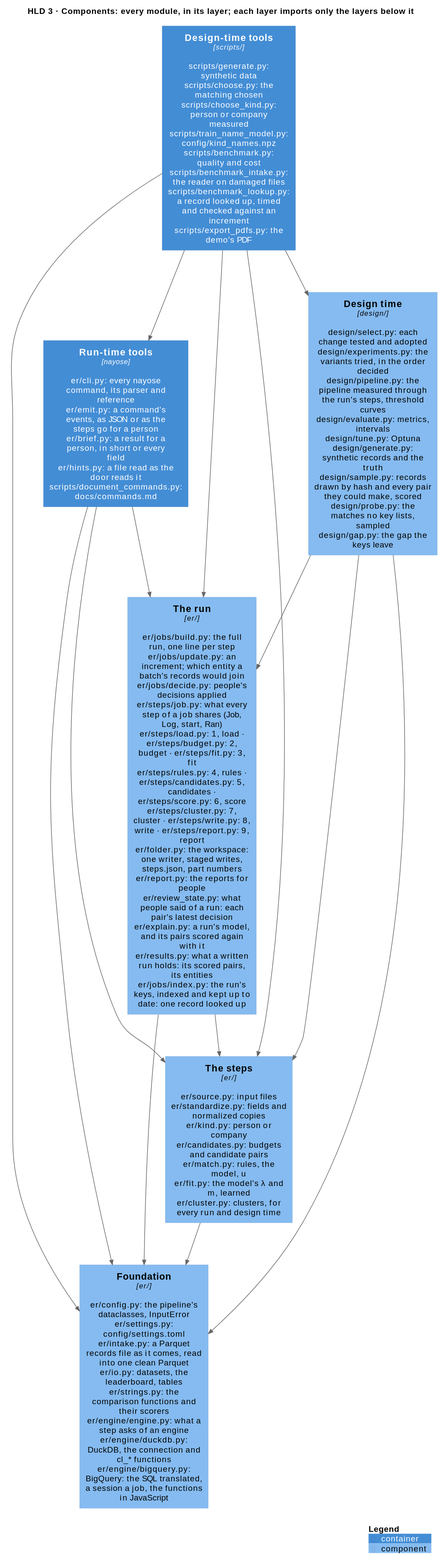
Earlier version of the PlantUML export docs/diagrams/components.svg (mvsbm/entity_matching).
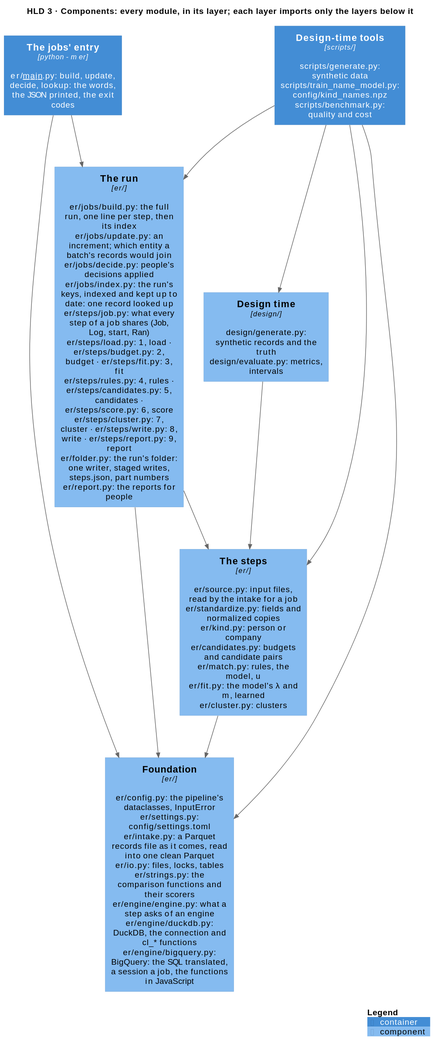
After the change.

Change to the diagram source:
```diff
@@ -4,27 +4,23 @@
 HIDE_STEREOTYPE()
 title HLD 3 · Components: every module, in its layer; each layer imports only the layers below it
 
-Container(tools_run, "Run-time tools", "nayose", "er/cli.py: every nayose command, its parser and reference\ner/emit.py: a command's events, as JSON or as the steps go for a person\ner/brief.py: a result for a person, in short or every field\ner/hints.py: a file read as the door reads it\nscripts/document_commands.py: docs/commands.md")
-Container(tools_design, "Design-time tools", "scripts/", "scripts/generate.py: synthetic data\nscripts/choose.py: the matching chosen\nscripts/choose_kind.py: person or company measured\nscripts/train_name_model.py: config/kind_names.npz\nscripts/benchmark.py: quality and cost\nscripts/benchmark_intake.py: the reader on damaged files\nscripts/benchmark_lookup.py: a record looked up, timed and checked against an increment\nscripts/export_pdfs.py: the demo's PDF")
+Container(tools_run, "The jobs' entry", "python -m er", "er/__main__.py: build, update, decide, lookup: the words, the JSON printed, the exit codes")
+Container(tools_design, "Design-time tools", "scripts/", "scripts/generate.py: synthetic data\nscripts/train_name_model.py: config/kind_names.npz\nscripts/benchmark.py: quality and cost")
 
-Component(run, "The run", "er/", "er/jobs/build.py: the full run, one line per step\ner/jobs/update.py: an increment; which entity a batch's records would join\ner/jobs/decide.py: people's decisions applied\ner/steps/job.py: what every step of a job shares (Job, Log, start, Ran)\ner/steps/load.py: 1, load · er/steps/budget.py: 2, budget · er/steps/fit.py: 3, fit\ner/steps/rules.py: 4, rules · er/steps/candidates.py: 5, candidates · er/steps/score.py: 6, score\ner/steps/cluster.py: 7, cluster · er/steps/write.py: 8, write · er/steps/report.py: 9, report\ner/folder.py: the workspace: one writer, staged writes, steps.json, part numbers\ner/report.py: the reports for people\ner/review_state.py: what people said of a run: each pair's latest decision\ner/explain.py: a run's model, and its pairs scored again with it\ner/results.py: what a written run holds: its scored pairs, its entities\ner/jobs/index.py: the run's keys, indexed and kept up to date: one record looked up")
-Component(design, "Design time", "design/", "design/select.py: each change tested and adopted\ndesign/experiments.py: the variants tried, in the order decided\ndesign/pipeline.py: the pipeline measured through the run's steps, threshold curves\ndesign/evaluate.py: metrics, intervals\ndesign/tune.py: Optuna\ndesign/generate.py: synthetic records and the truth\ndesign/sample.py: records drawn by hash and every pair they could make, scored\ndesign/probe.py: the matches no key lists, sampled\ndesign/gap.py: the gap the keys leave")
-Component(steps, "The steps", "er/", "er/source.py: input files\ner/standardize.py: fields and normalized copies\ner/kind.py: person or company\ner/candidates.py: budgets and candidate pairs\ner/match.py: rules, the model, u\ner/fit.py: the model's λ and m, learned\ner/cluster.py: clusters, for every run and design time")
-Component(configuration, "Foundation", "er/", "er/config.py: the pipeline's dataclasses, InputError\ner/settings.py: config/settings.toml\ner/intake.py: a Parquet records file as it comes, read into one clean Parquet\ner/io.py: datasets, the leaderboard, tables\ner/strings.py: the comparison functions and their scorers\ner/engine/engine.py: what a step asks of an engine\ner/engine/duckdb.py: DuckDB, the connection and cl_* functions\ner/engine/bigquery.py: BigQuery: the SQL translated, a session a job, the functions in JavaScript")
+Component(run, "The run", "er/", "er/jobs/build.py: the full run, one line per step, then its index\ner/jobs/update.py: an increment; which entity a batch's records would join\ner/jobs/decide.py: people's decisions applied\ner/jobs/index.py: the run's keys, indexed and kept up to date: one record looked up\ner/steps/job.py: what every step of a job shares (Job, Log, start, Ran)\ner/steps/load.py: 1, load · er/steps/budget.py: 2, budget · er/steps/fit.py: 3, fit\ner/steps/rules.py: 4, rules · er/steps/candidates.py: 5, candidates · er/steps/score.py: 6, score\ner/steps/cluster.py: 7, cluster · er/steps/write.py: 8, write · er/steps/report.py: 9, report\ner/folder.py: the run's folder: one writer, staged writes, steps.json, part numbers\ner/report.py: the reports for people")
+Component(design, "Design time", "design/", "design/generate.py: synthetic records and the truth\ndesign/evaluate.py: metrics, intervals")
+Component(steps, "The steps", "er/", "er/source.py: input files, read by the intake for a job\ner/standardize.py: fields and normalized copies\ner/kind.py: person or company\ner/candidates.py: budgets and candidate pairs\ner/match.py: rules, the model, u\ner/fit.py: the model's λ and m, learned\ner/cluster.py: clusters")
+Component(configuration, "Foundation", "er/", "er/config.py: the pipeline's dataclasses, InputError\ner/settings.py: config/settings.toml\ner/intake.py: a Parquet records file as it comes, read into one clean Parquet\ner/io.py: files, locks, tables\ner/strings.py: the comparison functions and their scorers\ner/engine/engine.py: what a step asks of an engine\ner/engine/duckdb.py: DuckDB, the connection and cl_* functions\ner/engine/bigquery.py: BigQuery: the SQL translated, a session a job, the functions in JavaScript")
 
 Rel_D(tools_run, run, "")
-Rel_D(tools_run, steps, "")
 Rel_D(tools_run, configuration, "")
-Rel_D(tools_design, tools_run, "")
 Rel_D(tools_design, run, "")
 Rel_D(tools_design, design, "")
 Rel_D(tools_design, steps, "")
 Rel_D(tools_design, configuration, "")
 Rel_D(run, steps, "")
 Rel_D(run, configuration, "")
-Rel_D(design, run, "")
 Rel_D(design, steps, "")
-Rel_D(design, configuration, "")
 Rel_D(steps, configuration, "")
 
 SHOW_LEGEND()
```
